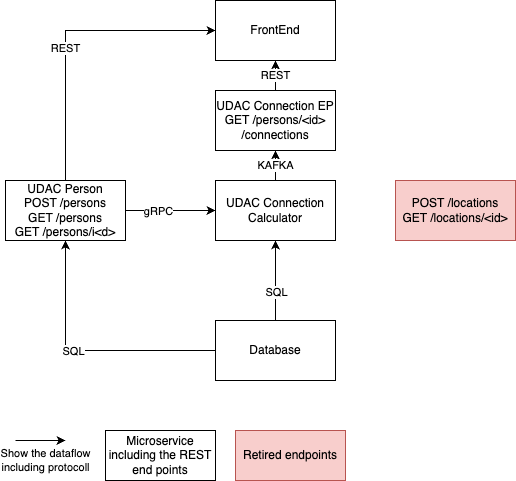
uweTelco/cd0309-message-passing-projects-starter keeps this draw.io diagram as docs/architetecture_design.png. Above is the earlier version. Source tidied: cells renumbered, new cells last; positions are measured from the earlier drawing's top-left corner, leaving out a move shared by most shapes.
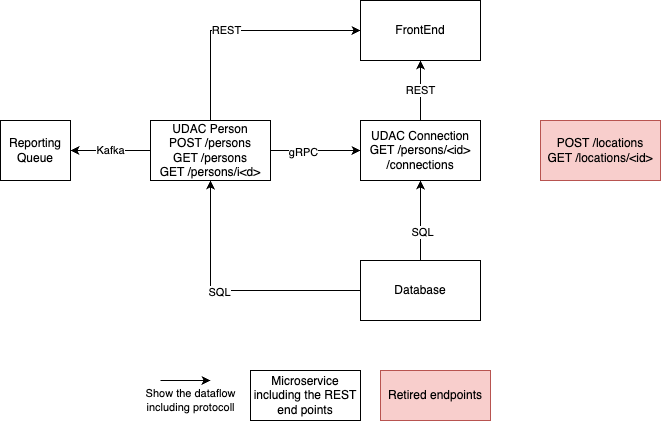
The same diagram one commit later.

What changed in the source:
```diff
@@ -13,17 +13,20 @@
         <mxPoint y="1" as="offset" />
       </mxGeometry>
     </mxCell>
+    <mxCell id="20" value="Kafka" style="edgeStyle=orthogonalEdgeStyle;rounded=0;jettySize=auto;html=1;" parent="1" edge="1" source="5" target="21">
+      <mxGeometry relative="1" as="geometry" />
+    </mxCell>
     <mxCell id="5" value="UDAC Person&lt;div&gt;&lt;div&gt;POST /persons&lt;/div&gt;&lt;div&gt;GET /persons&lt;/div&gt;&lt;div&gt;GET /persons/i&amp;lt;d&amp;gt;&lt;/div&gt;&lt;/div&gt;" style="rounded=0;whiteSpace=wrap;html=1;" parent="1" vertex="1">
       <mxGeometry y="180" width="120" height="60" as="geometry" />
     </mxCell>
     <mxCell id="6" value="&lt;div&gt;POST /locations&lt;/div&gt;&lt;div&gt;GET /locations/&amp;lt;id&amp;gt;&lt;/div&gt;" style="rounded=0;whiteSpace=wrap;html=1;fillColor=#f8cecc;strokeColor=#b85450;" parent="1" vertex="1">
       <mxGeometry x="390" y="180" width="120" height="60" as="geometry" />
     </mxCell>
-    <mxCell id="7" value="UDAC Connection Calculator" style="rounded=0;whiteSpace=wrap;html=1;" parent="1" vertex="1">
+    <mxCell id="7" value="UDAC Connection&lt;div&gt;GET /persons/&amp;lt;id&amp;gt;&lt;/div&gt;&lt;div&gt;/connections&lt;/div&gt;" style="rounded=0;whiteSpace=wrap;html=1;" parent="1" vertex="1">
       <mxGeometry x="210" y="180" width="120" height="60" as="geometry" />
     </mxCell>
     <mxCell id="8" value="FrontEnd" style="rounded=0;whiteSpace=wrap;html=1;" parent="1" vertex="1">
-      <mxGeometry x="210" width="120" height="60" as="geometry" />
+      <mxGeometry x="210" y="60" width="120" height="60" as="geometry" />
     </mxCell>
     <mxCell id="9" style="edgeStyle=orthogonalEdgeStyle;rounded=0;jettySize=auto;html=1;entryX=0.5;entryY=1;entryDx=0;entryDy=0;" parent="1" edge="1" source="13" target="7">
       <mxGeometry relative="1" as="geometry" />
@@ -42,11 +45,6 @@
     <mxCell id="13" value="Database" style="rounded=0;whiteSpace=wrap;html=1;" parent="1" vertex="1">
       <mxGeometry x="210" y="320" width="120" height="60" as="geometry" />
     </mxCell>
-    <mxCell id="14" value="KAFKA" style="edgeStyle=orthogonalEdgeStyle;rounded=0;jettySize=auto;html=1;exitX=0.5;exitY=0;exitDx=0;exitDy=0;" parent="1" edge="1" source="7">
-      <mxGeometry relative="1" as="geometry">
-        <mxPoint x="270" y="150" as="targetPoint" />
-      </mxGeometry>
-    </mxCell>
     <mxCell id="15" value="Show the dataflow&lt;div&gt;including protocoll&lt;/div&gt;" style="endArrow=classic;html=1;rounded=0;" parent="1" edge="1">
       <mxGeometry x="0.2" y="-20" relative="1" as="geometry">
         <mxPoint x="10" y="440" as="sourcePoint" />
@@ -59,11 +57,11 @@
     <mxCell id="17" value="&lt;div&gt;Retired endpoints&lt;/div&gt;" style="rounded=0;whiteSpace=wrap;html=1;fillColor=#f8cecc;strokeColor=#b85450;" parent="1" vertex="1">
       <mxGeometry x="230" y="430" width="110" height="50" as="geometry" />
     </mxCell>
-    <mxCell id="18" value="REST" style="edgeStyle=orthogonalEdgeStyle;rounded=0;jettySize=auto;html=1;entryX=0.5;entryY=1;entryDx=0;entryDy=0;" parent="1" edge="1" source="19" target="8">
+    <mxCell id="18" value="REST" style="edgeStyle=orthogonalEdgeStyle;rounded=0;jettySize=auto;html=1;entryX=0.5;entryY=1;entryDx=0;entryDy=0;" parent="1" edge="1" source="7" target="8">
       <mxGeometry relative="1" as="geometry" />
     </mxCell>
-    <mxCell id="19" value="UDAC Connection EP&lt;div&gt;GET /persons/&amp;lt;id&amp;gt;&lt;/div&gt;&lt;div&gt;/connections&lt;/div&gt;" style="rounded=0;whiteSpace=wrap;html=1;" parent="1" vertex="1">
-      <mxGeometry x="210" y="90" width="120" height="60" as="geometry" />
-    </mxCell>
+    <mxCell id="21" value="Reporting Queue" style="rounded=0;whiteSpace=wrap;html=1;" parent="1" vertex="1">
+      <mxGeometry x="-150" y="180" width="70" height="60" as="geometry" />
+    </mxCell>
   </root>
 </mxGraphModel>
```
